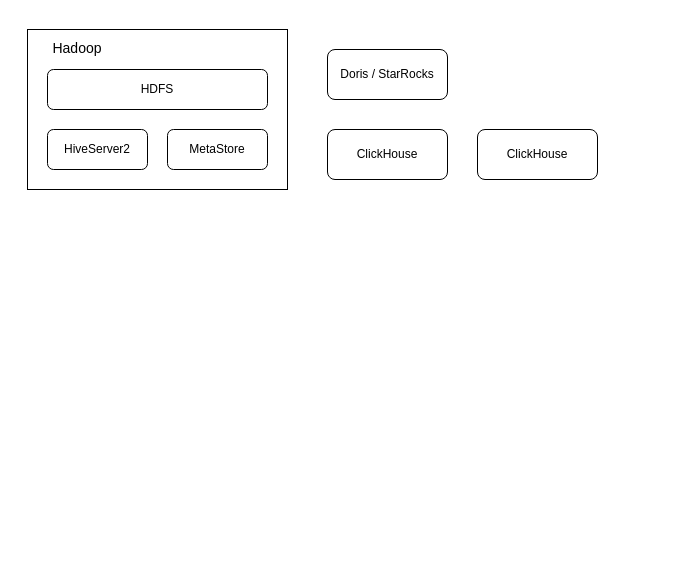
The draw.io diagram draws/metaplus_arch.drawio in hannyu/metaplus.plus, before the edit. Source tidied: cells renumbered, new cells numbered last; positions are measured from the earlier drawing's top-left corner, leaving out a move shared by most shapes. Both pictures are drawn from the tidied source at 100%, with x=0, y=0 at pixel (27, 29).
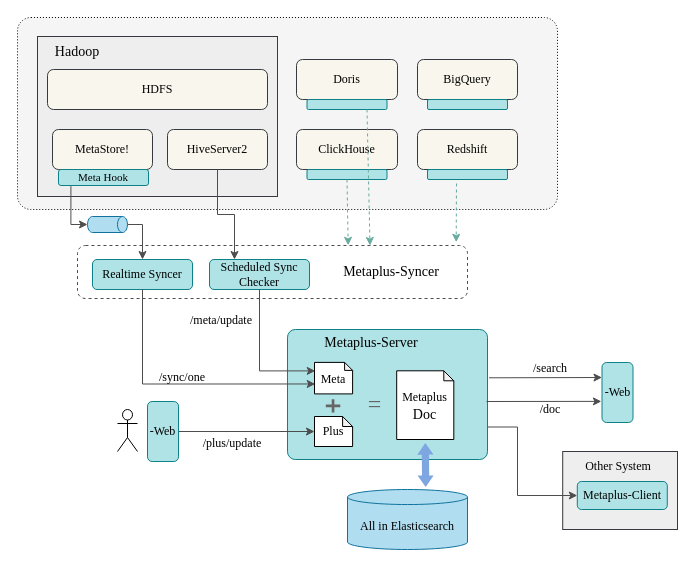
After the change.

Change to the diagram source:
```diff
@@
+    <mxCell id="10" style="rounded=0;whiteSpace=wrap;html=1;fillColor=#eeeeee;strokeColor=#36393d;fontFamily=Times New Roman;" parent="1" vertex="1">
+      <mxGeometry x="535.2" y="422" width="114.8" height="78" as="geometry" />
+    </mxCell>
+    <mxCell id="11" style="rounded=1;whiteSpace=wrap;html=1;fillColor=none;dashed=1;strokeWidth=1;strokeColor=#4D4D4D;fontFamily=Times New Roman;" parent="1" vertex="1">
+      <mxGeometry x="50" y="216" width="390" height="53" as="geometry" />
+    </mxCell>
+    <mxCell id="12" style="rounded=1;whiteSpace=wrap;html=1;arcSize=7;strokeWidth=1;fillColor=#F5F5F5;dashed=1;dashPattern=1 2;fontFamily=Times New Roman;" parent="1" vertex="1">
+      <mxGeometry x="-10" y="-12" width="540" height="192" as="geometry" />
+    </mxCell>
-    <mxCell id="2" style="rounded=0;whiteSpace=wrap;html=1;" parent="1" vertex="1">
-      <mxGeometry width="260" height="160" as="geometry" />
+    <mxCell id="2" style="rounded=0;whiteSpace=wrap;html=1;fillColor=#eeeeee;strokeColor=#36393d;fontFamily=Times New Roman;" parent="1" vertex="1">
+      <mxGeometry x="10" y="7" width="240" height="160" as="geometry" />
     </mxCell>
-    <mxCell id="3" value="HiveServer2" style="rounded=1;whiteSpace=wrap;html=1;" parent="1" vertex="1">
-      <mxGeometry x="20" y="100" width="100" height="40" as="geometry" />
+    <mxCell id="3" value="HiveServer2" style="rounded=1;whiteSpace=wrap;html=1;fillColor=#f9f7ed;strokeColor=#36393d;fontFamily=Times New Roman;" parent="1" vertex="1">
+      <mxGeometry x="140" y="100" width="100" height="40" as="geometry" />
     </mxCell>
-    <mxCell id="4" value="MetaStore" style="rounded=1;whiteSpace=wrap;html=1;" parent="1" vertex="1">
-      <mxGeometry x="140" y="100" width="100" height="40" as="geometry" />
+    <mxCell id="4" value="MetaStore!" style="rounded=1;whiteSpace=wrap;html=1;fillColor=#f9f7ed;strokeColor=#36393d;fontFamily=Times New Roman;" parent="1" vertex="1">
+      <mxGeometry x="25" y="100" width="100" height="40" as="geometry" />
     </mxCell>
-    <mxCell id="5" value="HDFS" style="rounded=1;whiteSpace=wrap;html=1;" parent="1" vertex="1">
+    <mxCell id="5" value="HDFS" style="rounded=1;whiteSpace=wrap;html=1;fillColor=#f9f7ed;strokeColor=#36393d;fontFamily=Times New Roman;" parent="1" vertex="1">
       <mxGeometry x="20" y="40" width="220" height="40" as="geometry" />
     </mxCell>
-    <mxCell id="6" value="Hadoop" style="text;html=1;align=center;verticalAlign=middle;whiteSpace=wrap;rounded=0;fontSize=14;" parent="1" vertex="1">
-      <mxGeometry x="20" y="4" width="60" height="30" as="geometry" />
+    <mxCell id="6" value="Hadoop" style="text;html=1;align=center;verticalAlign=middle;whiteSpace=wrap;rounded=0;fontSize=14;fontFamily=Times New Roman;" parent="1" vertex="1">
+      <mxGeometry x="20" y="8" width="60" height="30" as="geometry" />
     </mxCell>
-    <mxCell id="7" value="ClickHouse" style="rounded=1;whiteSpace=wrap;html=1;" parent="1" vertex="1">
-      <mxGeometry x="300" y="100" width="120" height="50" as="geometry" />
+    <mxCell id="7" value="ClickHouse" style="rounded=1;whiteSpace=wrap;html=1;fillColor=#f9f7ed;strokeColor=#36393d;fontFamily=Times New Roman;" parent="1" vertex="1">
+      <mxGeometry x="269" y="100" width="101" height="40" as="geometry" />
     </mxCell>
-    <mxCell id="8" value="Doris / StarRocks" style="rounded=1;whiteSpace=wrap;html=1;" parent="1" vertex="1">
-      <mxGeometry x="300" y="20" width="120" height="50" as="geometry" />
+    <mxCell id="8" value="Doris" style="rounded=1;whiteSpace=wrap;html=1;fillColor=#f9f7ed;strokeColor=#36393d;fontFamily=Times New Roman;" parent="1" vertex="1">
+      <mxGeometry x="269" y="30" width="101" height="40" as="geometry" />
     </mxCell>
-    <mxCell id="9" value="ClickHouse" style="rounded=1;whiteSpace=wrap;html=1;" parent="1" vertex="1">
-      <mxGeometry x="450" y="100" width="120" height="50" as="geometry" />
+    <mxCell id="9" value="Redshift" style="rounded=1;whiteSpace=wrap;html=1;fillColor=#f9f7ed;strokeColor=#36393d;fontFamily=Times New Roman;" parent="1" vertex="1">
+      <mxGeometry x="390" y="100" width="100" height="40" as="geometry" />
     </mxCell>
+    <mxCell id="13" value="BigQuery" style="rounded=1;whiteSpace=wrap;html=1;fillColor=#f9f7ed;strokeColor=#36393d;fontFamily=Times New Roman;" parent="1" vertex="1">
+      <mxGeometry x="390" y="30" width="100" height="40" as="geometry" />
+    </mxCell>
+    <mxCell id="14" value="Scheduled Sync Checker" style="rounded=1;whiteSpace=wrap;html=1;fillColor=#b0e3e6;strokeColor=#0e8088;fontFamily=Times New Roman;" parent="1" vertex="1">
+      <mxGeometry x="182" y="230" width="100" height="30" as="geometry" />
+    </mxCell>
+    <mxCell id="15" value="Realtime&amp;nbsp;&lt;span style=&quot;background-color: transparent; color: light-dark(rgb(0, 0, 0), rgb(255, 255, 255));&quot;&gt;Syncer&lt;/span&gt;" style="rounded=1;whiteSpace=wrap;html=1;fillColor=#b0e3e6;strokeColor=#0e8088;fontFamily=Times New Roman;" parent="1" vertex="1">
+      <mxGeometry x="65" y="230" width="100" height="30" as="geometry" />
+    </mxCell>
+    <mxCell id="16" value="&lt;font style=&quot;font-size: 11px;&quot;&gt;Meta Hook&lt;/font&gt;" style="rounded=1;whiteSpace=wrap;html=1;arcSize=15;fillColor=#b0e3e6;strokeColor=#0e8088;fontFamily=Times New Roman;" parent="1" vertex="1">
+      <mxGeometry x="31" y="140" width="90" height="16" as="geometry" />
+    </mxCell>
+    <mxCell id="17" style="shape=cylinder3;whiteSpace=wrap;html=1;boundedLbl=1;backgroundOutline=1;size=5;rotation=90;horizontal=0;fillColor=#b1ddf0;strokeColor=#10739e;fontFamily=Times New Roman;" parent="1" vertex="1">
+      <mxGeometry x="72" y="175" width="16" height="40" as="geometry" />
+    </mxCell>
+    <mxCell id="18" style="group;fontFamily=Times New Roman;" parent="1" vertex="1">
+      <mxGeometry x="260" y="300" width="200" height="130" as="geometry" />
+    </mxCell>
+    <mxCell id="19" style="rounded=1;whiteSpace=wrap;html=1;arcSize=6;fillColor=#b0e3e6;strokeColor=#0e8088;fontFamily=Times New Roman;" parent="18" vertex="1">
+      <mxGeometry width="200" height="130" as="geometry" />
+    </mxCell>
+    <mxCell id="20" value="Metaplus-Server" style="text;html=1;align=center;verticalAlign=middle;whiteSpace=wrap;rounded=0;fontSize=14;fontFamily=Times New Roman;" parent="18" vertex="1">
+      <mxGeometry x="29" y="-1" width="110" height="30" as="geometry" />
+    </mxCell>
+    <mxCell id="21" style="shape=cross;whiteSpace=wrap;html=1;strokeColor=none;fillColor=#666666;fontFamily=Times New Roman;" parent="18" vertex="1">
+      <mxGeometry x="38.3" y="69.7" width="14.5" height="13.3" as="geometry" />
+    </mxCell>
+    <mxCell id="22" value="&lt;div style=&quot;line-height: 150%;&quot;&gt;&lt;span style=&quot;background-color: transparent; color: light-dark(rgb(0, 0, 0), rgb(255, 255, 255));&quot;&gt;Metaplus&lt;/span&gt;&lt;/div&gt;&lt;div style=&quot;line-height: 150%;&quot;&gt;&lt;span style=&quot;background-color: transparent; color: light-dark(rgb(0, 0, 0), rgb(255, 255, 255));&quot;&gt;&lt;font style=&quot;font-size: 14px;&quot;&gt;Doc&lt;/font&gt;&lt;/span&gt;&lt;/div&gt;" style="shape=note;whiteSpace=wrap;html=1;backgroundOutline=1;darkOpacity=0.05;size=10;fontFamily=Times New Roman;" parent="18" vertex="1">
+      <mxGeometry x="109.2" y="41.3" width="57.1" height="68.7" as="geometry" />
+    </mxCell>
+    <mxCell id="23" value="=" style="text;html=1;align=center;verticalAlign=middle;whiteSpace=wrap;rounded=0;fontSize=24;fontColor=#666666;fontFamily=Times New Roman;" parent="18" vertex="1">
+      <mxGeometry x="75.1" y="63.4" width="24.9" height="22.6" as="geometry" />
+    </mxCell>
+    <mxCell id="24" value="&lt;div&gt;&lt;span style=&quot;background-color: transparent; color: light-dark(rgb(0, 0, 0), rgb(255, 255, 255)); line-height: 150%;&quot;&gt;Meta&lt;/span&gt;&lt;/div&gt;" style="shape=note;whiteSpace=wrap;html=1;backgroundOutline=1;darkOpacity=0.05;size=8;fontFamily=Times New Roman;" parent="18" vertex="1">
+      <mxGeometry x="27" y="32.9" width="38.1" height="31.5" as="geometry" />
+    </mxCell>
+    <mxCell id="25" value="&lt;div&gt;&lt;span style=&quot;background-color: transparent; color: light-dark(rgb(0, 0, 0), rgb(255, 255, 255));&quot;&gt;Plus&lt;/span&gt;&lt;/div&gt;" style="shape=note;whiteSpace=wrap;html=1;backgroundOutline=1;darkOpacity=0.05;size=10;fontFamily=Times New Roman;" parent="18" vertex="1">
+      <mxGeometry x="27" y="87" width="38.1" height="30" as="geometry" />
+    </mxCell>
+    <mxCell id="26" style="endArrow=classic;html=1;rounded=0;exitX=0.5;exitY=1;exitDx=0;exitDy=0;entryX=0.019;entryY=0.685;entryDx=0;entryDy=0;strokeColor=#4D4D4D;entryPerimeter=0;edgeStyle=orthogonalEdgeStyle;fontFamily=Times New Roman;" parent="1" edge="1" source="15" target="24">
+      <mxGeometry relative="1" as="geometry" />
+    </mxCell>
+    <mxCell id="27" style="endArrow=classic;html=1;rounded=0;exitX=0.5;exitY=1;exitDx=0;exitDy=0;entryX=0.019;entryY=0.27;entryDx=0;entryDy=0;entryPerimeter=0;startArrow=none;startFill=0;strokeColor=#4D4D4D;edgeStyle=orthogonalEdgeStyle;fontFamily=Times New Roman;" parent="1" edge="1" source="14" target="24">
+      <mxGeometry relative="1" as="geometry" />
+    </mxCell>
+    <mxCell id="28" style="endArrow=classic;html=1;rounded=0;exitX=0.5;exitY=1;exitDx=0;exitDy=0;entryX=0.25;entryY=0;entryDx=0;entryDy=0;strokeColor=#4D4D4D;edgeStyle=orthogonalEdgeStyle;fontFamily=Times New Roman;" parent="1" edge="1" source="3" target="14">
+      <mxGeometry relative="1" as="geometry" />
+    </mxCell>
+    <mxCell id="29" style="endArrow=classic;html=1;rounded=0;strokeColor=#4D4D4D;exitX=1;exitY=0.5;exitDx=0;exitDy=0;entryX=0;entryY=0.5;entryDx=0;entryDy=0;entryPerimeter=0;edgeStyle=orthogonalEdgeStyle;fontFamily=Times New Roman;" parent="1" edge="1" source="30" target="25">
+      <mxGeometry relative="1" as="geometry" />
+    </mxCell>
+    <mxCell id="30" value="-Web" style="rounded=1;whiteSpace=wrap;html=1;fillColor=#b0e3e6;strokeColor=#0e8088;fontFamily=Times New Roman;" parent="1" vertex="1">
+      <mxGeometry x="120" y="372" width="31" height="60" as="geometry" />
+    </mxCell>
+    <mxCell id="31" style="shape=umlActor;verticalLabelPosition=bottom;verticalAlign=top;html=1;fontFamily=Times New Roman;" parent="1" vertex="1">
+      <mxGeometry x="90" y="380" width="20" height="42" as="geometry" />
+    </mxCell>
+    <mxCell id="32" style="endArrow=classic;html=1;rounded=0;strokeColor=#4D4D4D;exitX=0.138;exitY=1.041;exitDx=0;exitDy=0;entryX=0.5;entryY=1;entryDx=0;entryDy=0;entryPerimeter=0;edgeStyle=orthogonalEdgeStyle;exitPerimeter=0;fontFamily=Times New Roman;" parent="1" edge="1" source="16" target="17">
+      <mxGeometry relative="1" as="geometry" />
+    </mxCell>
+    <mxCell id="33" style="endArrow=classic;html=1;rounded=0;strokeColor=#4D4D4D;exitX=0.5;exitY=0;exitDx=0;exitDy=0;exitPerimeter=0;entryX=0.5;entryY=0;entryDx=0;entryDy=0;edgeStyle=orthogonalEdgeStyle;fontFamily=Times New Roman;" parent="1" edge="1" source="17" target="15">
+      <mxGeometry relative="1" as="geometry" />
+    </mxCell>
+    <mxCell id="34" value="/sync/one" style="text;html=1;align=center;verticalAlign=middle;whiteSpace=wrap;rounded=0;rotation=0;fontFamily=Times New Roman;" parent="1" vertex="1">
+      <mxGeometry x="125" y="340" width="60" height="15" as="geometry" />
+    </mxCell>
+    <mxCell id="35" value="/meta/update" style="text;html=1;align=center;verticalAlign=middle;whiteSpace=wrap;rounded=0;rotation=0;fontFamily=Times New Roman;" parent="1" vertex="1">
+      <mxGeometry x="164" y="283" width="60" height="15" as="geometry" />
+    </mxCell>
+    <mxCell id="36" value="/plus/update" style="text;html=1;align=center;verticalAlign=middle;whiteSpace=wrap;rounded=0;rotation=0;fontFamily=Times New Roman;" parent="1" vertex="1">
+      <mxGeometry x="175" y="400" width="60" height="27" as="geometry" />
+    </mxCell>
+    <mxCell id="37" style="rounded=1;whiteSpace=wrap;html=1;arcSize=15;fillColor=#b0e3e6;strokeColor=#0e8088;fontFamily=Times New Roman;" parent="1" vertex="1">
+      <mxGeometry x="279.5" y="140" width="80" height="10" as="geometry" />
+    </mxCell>
+    <mxCell id="38" style="rounded=1;whiteSpace=wrap;html=1;arcSize=15;fillColor=#b0e3e6;strokeColor=#0e8088;fontFamily=Times New Roman;" parent="1" vertex="1">
+      <mxGeometry x="279.5" y="70" width="80" height="10" as="geometry" />
+    </mxCell>
+    <mxCell id="39" style="rounded=1;whiteSpace=wrap;html=1;arcSize=15;fillColor=#b0e3e6;strokeColor=#0e8088;fontFamily=Times New Roman;" parent="1" vertex="1">
+      <mxGeometry x="400" y="70" width="80" height="10" as="geometry" />
+    </mxCell>
+    <mxCell id="40" style="rounded=1;whiteSpace=wrap;html=1;arcSize=15;fillColor=#b0e3e6;strokeColor=#0e8088;fontFamily=Times New Roman;" parent="1" vertex="1">
+      <mxGeometry x="400" y="140" width="80" height="10" as="geometry" />
+    </mxCell>
+    <mxCell id="41" value="All in Elasticsearch" style="shape=cylinder3;whiteSpace=wrap;html=1;boundedLbl=1;backgroundOutline=1;size=7.521739130434753;fillColor=#b1ddf0;strokeColor=#10739e;fontFamily=Times New Roman;" parent="1" vertex="1">
+      <mxGeometry x="320" y="460" width="120" height="60" as="geometry" />
+    </mxCell>
+    <mxCell id="42" value="Metaplus-Syncer" style="text;html=1;align=center;verticalAlign=middle;whiteSpace=wrap;rounded=0;fontSize=14;fontFamily=Times New Roman;" parent="1" vertex="1">
+      <mxGeometry x="309" y="227.5" width="110" height="30" as="geometry" />
+    </mxCell>
+    <mxCell id="43" style="endArrow=classic;html=1;rounded=0;strokeColor=#67AB9F;exitX=0.5;exitY=1;exitDx=0;exitDy=0;entryX=0.694;entryY=-0.004;entryDx=0;entryDy=0;entryPerimeter=0;dashed=1;fontFamily=Times New Roman;" parent="1" edge="1" source="37" target="11">
+      <mxGeometry relative="1" as="geometry" />
+    </mxCell>
+    <mxCell id="44" style="endArrow=classic;html=1;rounded=0;strokeColor=#67AB9F;entryX=0.971;entryY=-0.062;entryDx=0;entryDy=0;entryPerimeter=0;dashed=1;fontFamily=Times New Roman;" parent="1" edge="1" target="11">
+      <mxGeometry relative="1" as="geometry">
+        <mxPoint x="429" y="154" as="sourcePoint" />
+      </mxGeometry>
+    </mxCell>
+    <mxCell id="45" style="endArrow=classic;html=1;rounded=0;strokeColor=#67AB9F;exitX=0.75;exitY=1;exitDx=0;exitDy=0;dashed=1;entryX=0.75;entryY=0;entryDx=0;entryDy=0;fontFamily=Times New Roman;" parent="1" edge="1" source="38" target="11">
+      <mxGeometry relative="1" as="geometry" />
+    </mxCell>
+    <mxCell id="46" style="endArrow=block;html=1;rounded=0;strokeColor=none;exitX=0.5;exitY=1;exitDx=0;exitDy=0;exitPerimeter=0;entryX=0.652;entryY=-0.049;entryDx=0;entryDy=0;entryPerimeter=0;fontColor=#67AB9F;strokeWidth=3;endFill=1;shape=flexArrow;fillColor=#7EA6E0;gradientColor=none;fillStyle=auto;width=5.217391304347826;endSize=2.869565217391304;endWidth=5.897920604914934;startArrow=block;startWidth=5.897920604914934;startSize=2.869565217391304;fontFamily=Times New Roman;" parent="1" edge="1">
+      <mxGeometry relative="1" as="geometry">
+        <mxPoint x="397.8" y="412" as="sourcePoint" />
+        <mxPoint x="398.2" y="459.1" as="targetPoint" />
+      </mxGeometry>
+    </mxCell>
+    <mxCell id="47" value="-Web" style="rounded=1;whiteSpace=wrap;html=1;fillColor=#b0e3e6;strokeColor=#0e8088;fontFamily=Times New Roman;" parent="1" vertex="1">
+      <mxGeometry x="574.5" y="333" width="31" height="60" as="geometry" />
+    </mxCell>
+    <mxCell id="48" style="endArrow=classic;html=1;rounded=0;strokeColor=#4D4D4D;exitX=1.008;exitY=0.379;exitDx=0;exitDy=0;exitPerimeter=0;entryX=0;entryY=0.25;entryDx=0;entryDy=0;fontFamily=Times New Roman;" parent="1" edge="1" target="47">
+      <mxGeometry relative="1" as="geometry">
+        <mxPoint x="461.6" y="348.3" as="sourcePoint" />
+      </mxGeometry>
+    </mxCell>
+    <mxCell id="49" style="endArrow=classic;html=1;rounded=0;strokeColor=#4D4D4D;entryX=-0.02;entryY=0.648;entryDx=0;entryDy=0;entryPerimeter=0;fontFamily=Times New Roman;" parent="1" edge="1" target="47">
+      <mxGeometry relative="1" as="geometry">
+        <mxPoint x="459" y="372" as="sourcePoint" />
+      </mxGeometry>
+    </mxCell>
+    <mxCell id="50" value="/doc" style="text;html=1;align=center;verticalAlign=middle;whiteSpace=wrap;rounded=0;rotation=0;fontFamily=Times New Roman;" parent="1" vertex="1">
+      <mxGeometry x="493" y="366" width="60" height="27" as="geometry" />
+    </mxCell>
+    <mxCell id="51" value="/search" style="text;html=1;align=center;verticalAlign=middle;whiteSpace=wrap;rounded=0;rotation=0;fontFamily=Times New Roman;" parent="1" vertex="1">
+      <mxGeometry x="493" y="325" width="60" height="27" as="geometry" />
+    </mxCell>
+    <mxCell id="52" value="Metaplus-Client" style="rounded=1;whiteSpace=wrap;html=1;fillColor=#b0e3e6;strokeColor=#0e8088;fontFamily=Times New Roman;" parent="1" vertex="1">
+      <mxGeometry x="549.8" y="452" width="90" height="28" as="geometry" />
+    </mxCell>
+    <mxCell id="53" style="endArrow=classic;html=1;rounded=0;strokeColor=#4D4D4D;exitX=1;exitY=0.75;exitDx=0;exitDy=0;entryX=0;entryY=0.5;entryDx=0;entryDy=0;edgeStyle=orthogonalEdgeStyle;fontFamily=Times New Roman;" parent="1" edge="1" source="19" target="52">
+      <mxGeometry relative="1" as="geometry">
+        <Array as="points">
+          <mxPoint x="490" y="398" />
+          <mxPoint x="490" y="466" />
+        </Array>
+      </mxGeometry>
+    </mxCell>
+    <mxCell id="54" value="Other System" style="text;html=1;align=center;verticalAlign=middle;whiteSpace=wrap;rounded=0;fontFamily=Times New Roman;" parent="1" vertex="1">
+      <mxGeometry x="550.8" y="422" width="80" height="30" as="geometry" />
+    </mxCell>
```
